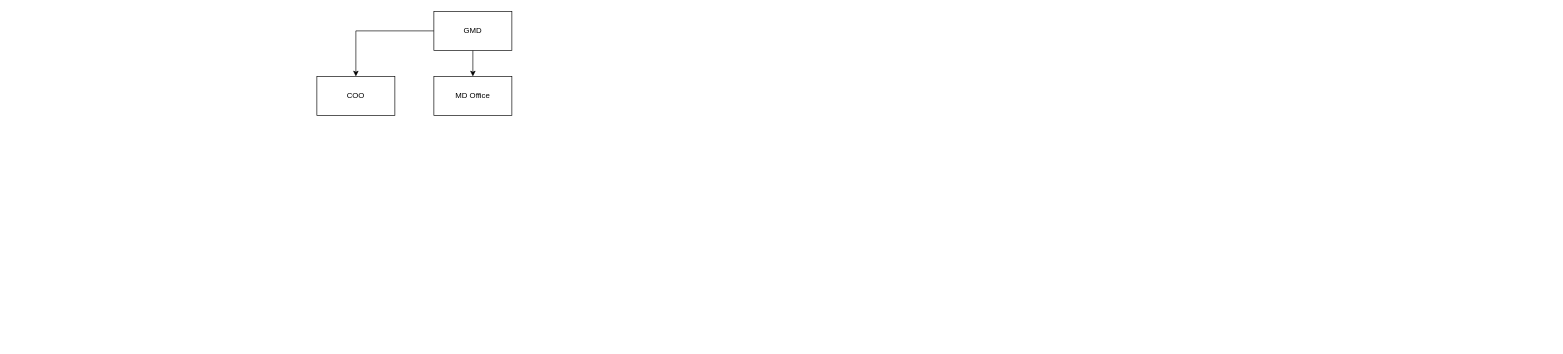
This is overall diagram-pelikos.drawio from apathre/ANRML_org_charts, a draw.io file, before an edit. Source tidied: cells renumbered, new cells numbered last; positions are measured from the earlier drawing's top-left corner, leaving out a move shared by most shapes. Both pictures are drawn from the tidied source at 65%, with x=0, y=0 at pixel (317, 11).
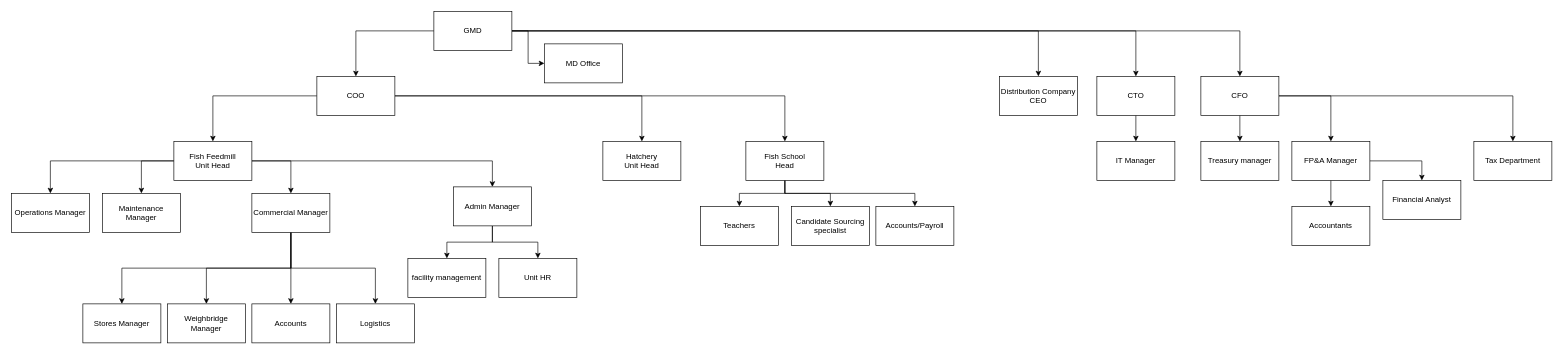
Above is the later version.

The change refers to these unchanged cells:
```xml
<mxCell id="4" value="GMD" style="rounded=0;whiteSpace=wrap;html=1;" parent="1" vertex="1">
  <mxGeometry x="180" width="120" height="60" as="geometry" />
</mxCell>
<mxCell id="5" value="COO" style="rounded=0;whiteSpace=wrap;html=1;" parent="1" vertex="1">
  <mxGeometry y="100" width="120" height="60" as="geometry" />
</mxCell>
```

Change to the diagram source:
```diff
@@
+    <mxCell id="7" style="edgeStyle=orthogonalEdgeStyle;rounded=0;jettySize=auto;html=1;exitX=1;exitY=0.5;exitDx=0;exitDy=0;" parent="1" edge="1" source="4" target="39">
+      <mxGeometry relative="1" as="geometry" />
+    </mxCell>
+    <mxCell id="8" style="edgeStyle=orthogonalEdgeStyle;rounded=0;jettySize=auto;html=1;exitX=1;exitY=0.5;exitDx=0;exitDy=0;entryX=0.5;entryY=0;entryDx=0;entryDy=0;" parent="1" edge="1" source="4" target="41">
+      <mxGeometry relative="1" as="geometry" />
+    </mxCell>
+    <mxCell id="9" style="edgeStyle=orthogonalEdgeStyle;rounded=0;jettySize=auto;html=1;exitX=1;exitY=0.5;exitDx=0;exitDy=0;entryX=0.5;entryY=0;entryDx=0;entryDy=0;" parent="1" edge="1" source="4" target="45">
+      <mxGeometry relative="1" as="geometry" />
+    </mxCell>
@@
+    <mxCell id="10" style="edgeStyle=orthogonalEdgeStyle;rounded=0;jettySize=auto;html=1;" parent="1" edge="1" source="5" target="17">
+      <mxGeometry relative="1" as="geometry" />
+    </mxCell>
+    <mxCell id="11" style="edgeStyle=orthogonalEdgeStyle;rounded=0;jettySize=auto;html=1;" parent="1" edge="1" source="5" target="34">
+      <mxGeometry relative="1" as="geometry" />
+    </mxCell>
+    <mxCell id="12" style="edgeStyle=orthogonalEdgeStyle;rounded=0;jettySize=auto;html=1;exitX=1;exitY=0.5;exitDx=0;exitDy=0;" parent="1" edge="1" source="5" target="38">
+      <mxGeometry relative="1" as="geometry" />
+    </mxCell>
@@
     <mxCell id="6" value="MD Office" style="rounded=0;whiteSpace=wrap;html=1;" parent="1" vertex="1">
-      <mxGeometry x="180" y="100" width="120" height="60" as="geometry" />
+      <mxGeometry x="350" y="50" width="120" height="60" as="geometry" />
     </mxCell>
+    <mxCell id="13" style="edgeStyle=orthogonalEdgeStyle;rounded=0;jettySize=auto;html=1;" parent="1" edge="1" source="17" target="18">
+      <mxGeometry relative="1" as="geometry" />
+    </mxCell>
+    <mxCell id="14" style="edgeStyle=orthogonalEdgeStyle;rounded=0;jettySize=auto;html=1;exitX=1;exitY=0.5;exitDx=0;exitDy=0;entryX=0.5;entryY=0;entryDx=0;entryDy=0;" parent="1" edge="1" source="17" target="27">
+      <mxGeometry relative="1" as="geometry" />
+    </mxCell>
+    <mxCell id="15" style="edgeStyle=orthogonalEdgeStyle;rounded=0;jettySize=auto;html=1;exitX=0;exitY=0.5;exitDx=0;exitDy=0;" parent="1" edge="1" source="17" target="24">
+      <mxGeometry relative="1" as="geometry" />
+    </mxCell>
+    <mxCell id="16" style="edgeStyle=orthogonalEdgeStyle;rounded=0;jettySize=auto;html=1;exitX=1;exitY=0.5;exitDx=0;exitDy=0;" parent="1" edge="1" source="17" target="23">
+      <mxGeometry relative="1" as="geometry" />
+    </mxCell>
+    <mxCell id="17" value="Fish Feedmill&lt;br&gt;Unit Head" style="rounded=0;whiteSpace=wrap;html=1;" parent="1" vertex="1">
+      <mxGeometry x="-220" y="200" width="120" height="60" as="geometry" />
+    </mxCell>
+    <mxCell id="18" value="Operations Manager" style="whiteSpace=wrap;html=1;rounded=0;" parent="1" vertex="1">
+      <mxGeometry x="-470" y="280" width="120" height="60" as="geometry" />
+    </mxCell>
+    <mxCell id="19" style="edgeStyle=orthogonalEdgeStyle;rounded=0;jettySize=auto;html=1;" parent="1" edge="1" source="23" target="30">
+      <mxGeometry relative="1" as="geometry" />
+    </mxCell>
+    <mxCell id="20" style="edgeStyle=orthogonalEdgeStyle;rounded=0;jettySize=auto;html=1;exitX=0.5;exitY=1;exitDx=0;exitDy=0;entryX=0.5;entryY=0;entryDx=0;entryDy=0;" parent="1" edge="1" source="23" target="32">
+      <mxGeometry relative="1" as="geometry" />
+    </mxCell>
+    <mxCell id="21" style="edgeStyle=orthogonalEdgeStyle;rounded=0;jettySize=auto;html=1;exitX=0.5;exitY=1;exitDx=0;exitDy=0;entryX=0.5;entryY=0;entryDx=0;entryDy=0;" parent="1" edge="1" source="23" target="31">
+      <mxGeometry relative="1" as="geometry" />
+    </mxCell>
+    <mxCell id="22" style="edgeStyle=orthogonalEdgeStyle;rounded=0;jettySize=auto;html=1;exitX=0.5;exitY=1;exitDx=0;exitDy=0;entryX=0.5;entryY=0;entryDx=0;entryDy=0;" parent="1" edge="1" source="23" target="33">
+      <mxGeometry relative="1" as="geometry" />
+    </mxCell>
+    <mxCell id="23" value="Commercial Manager" style="whiteSpace=wrap;html=1;rounded=0;" parent="1" vertex="1">
+      <mxGeometry x="-100" y="280" width="120" height="60" as="geometry" />
+    </mxCell>
+    <mxCell id="24" value="Maintenance Manager" style="whiteSpace=wrap;html=1;rounded=0;" parent="1" vertex="1">
+      <mxGeometry x="-330" y="280" width="120" height="60" as="geometry" />
+    </mxCell>
+    <mxCell id="25" style="edgeStyle=orthogonalEdgeStyle;rounded=0;jettySize=auto;html=1;" parent="1" edge="1" source="27" target="28">
+      <mxGeometry relative="1" as="geometry" />
+    </mxCell>
+    <mxCell id="26" style="edgeStyle=orthogonalEdgeStyle;rounded=0;jettySize=auto;html=1;exitX=0.5;exitY=1;exitDx=0;exitDy=0;entryX=0.5;entryY=0;entryDx=0;entryDy=0;" parent="1" edge="1" source="27" target="29">
+      <mxGeometry relative="1" as="geometry" />
+    </mxCell>
+    <mxCell id="27" value="Admin Manager" style="whiteSpace=wrap;html=1;rounded=0;" parent="1" vertex="1">
+      <mxGeometry x="210" y="270" width="120" height="60" as="geometry" />
+    </mxCell>
+    <mxCell id="28" value="facility management" style="whiteSpace=wrap;html=1;rounded=0;" parent="1" vertex="1">
+      <mxGeometry x="140" y="380" width="120" height="60" as="geometry" />
+    </mxCell>
+    <mxCell id="29" value="Unit HR" style="whiteSpace=wrap;html=1;rounded=0;" parent="1" vertex="1">
+      <mxGeometry x="280" y="380" width="120" height="60" as="geometry" />
+    </mxCell>
+    <mxCell id="30" value="Accounts" style="whiteSpace=wrap;html=1;rounded=0;" parent="1" vertex="1">
+      <mxGeometry x="-100" y="450" width="120" height="60" as="geometry" />
+    </mxCell>
+    <mxCell id="31" value="Logistics" style="rounded=0;whiteSpace=wrap;html=1;" parent="1" vertex="1">
+      <mxGeometry x="30" y="450" width="120" height="60" as="geometry" />
+    </mxCell>
+    <mxCell id="32" value="Weighbridge&lt;br&gt;Manager" style="rounded=0;whiteSpace=wrap;html=1;" parent="1" vertex="1">
+      <mxGeometry x="-230" y="450" width="120" height="60" as="geometry" />
+    </mxCell>
+    <mxCell id="33" value="Stores Manager" style="rounded=0;whiteSpace=wrap;html=1;" parent="1" vertex="1">
+      <mxGeometry x="-360" y="450" width="120" height="60" as="geometry" />
+    </mxCell>
+    <mxCell id="34" value="Hatchery&lt;br&gt;Unit Head" style="whiteSpace=wrap;html=1;rounded=0;" parent="1" vertex="1">
+      <mxGeometry x="440" y="200" width="120" height="60" as="geometry" />
+    </mxCell>
+    <mxCell id="35" style="edgeStyle=orthogonalEdgeStyle;rounded=0;jettySize=auto;html=1;" parent="1" edge="1" source="38" target="54">
+      <mxGeometry relative="1" as="geometry" />
+    </mxCell>
+    <mxCell id="36" style="edgeStyle=orthogonalEdgeStyle;rounded=0;jettySize=auto;html=1;exitX=0.5;exitY=1;exitDx=0;exitDy=0;entryX=0.5;entryY=0;entryDx=0;entryDy=0;" parent="1" edge="1" source="38" target="55">
+      <mxGeometry relative="1" as="geometry" />
+    </mxCell>
+    <mxCell id="37" style="edgeStyle=orthogonalEdgeStyle;rounded=0;jettySize=auto;html=1;exitX=0.5;exitY=1;exitDx=0;exitDy=0;" parent="1" edge="1" source="38" target="56">
+      <mxGeometry relative="1" as="geometry" />
+    </mxCell>
+    <mxCell id="38" value="Fish School&lt;br&gt;Head" style="rounded=0;whiteSpace=wrap;html=1;" parent="1" vertex="1">
+      <mxGeometry x="660" y="200" width="120" height="60" as="geometry" />
+    </mxCell>
+    <mxCell id="39" value="Distribution Company&lt;br&gt;CEO" style="rounded=0;whiteSpace=wrap;html=1;" parent="1" vertex="1">
+      <mxGeometry x="1050" y="100" width="120" height="60" as="geometry" />
+    </mxCell>
+    <mxCell id="40" style="edgeStyle=orthogonalEdgeStyle;rounded=0;jettySize=auto;html=1;exitX=0.5;exitY=1;exitDx=0;exitDy=0;entryX=0.5;entryY=0;entryDx=0;entryDy=0;" parent="1" edge="1" source="41" target="52">
+      <mxGeometry relative="1" as="geometry" />
+    </mxCell>
+    <mxCell id="41" value="CTO" style="rounded=0;whiteSpace=wrap;html=1;" parent="1" vertex="1">
+      <mxGeometry x="1200" y="100" width="120" height="60" as="geometry" />
+    </mxCell>
+    <mxCell id="42" style="edgeStyle=orthogonalEdgeStyle;rounded=0;jettySize=auto;html=1;" parent="1" edge="1" source="45" target="46">
+      <mxGeometry relative="1" as="geometry" />
+    </mxCell>
+    <mxCell id="43" style="edgeStyle=orthogonalEdgeStyle;rounded=0;jettySize=auto;html=1;" parent="1" edge="1" source="45" target="49">
+      <mxGeometry relative="1" as="geometry" />
+    </mxCell>
+    <mxCell id="44" style="edgeStyle=orthogonalEdgeStyle;rounded=0;jettySize=auto;html=1;exitX=1;exitY=0.5;exitDx=0;exitDy=0;entryX=0.5;entryY=0;entryDx=0;entryDy=0;" parent="1" edge="1" source="45" target="53">
+      <mxGeometry relative="1" as="geometry" />
+    </mxCell>
+    <mxCell id="45" value="CFO" style="rounded=0;whiteSpace=wrap;html=1;" parent="1" vertex="1">
+      <mxGeometry x="1360" y="100" width="120" height="60" as="geometry" />
+    </mxCell>
+    <mxCell id="46" value="Treasury manager" style="whiteSpace=wrap;html=1;rounded=0;" parent="1" vertex="1">
+      <mxGeometry x="1360" y="200" width="120" height="60" as="geometry" />
+    </mxCell>
+    <mxCell id="47" style="edgeStyle=orthogonalEdgeStyle;rounded=0;jettySize=auto;html=1;" parent="1" edge="1" source="49" target="51">
+      <mxGeometry relative="1" as="geometry" />
+    </mxCell>
+    <mxCell id="48" style="edgeStyle=orthogonalEdgeStyle;rounded=0;jettySize=auto;html=1;exitX=1;exitY=0.5;exitDx=0;exitDy=0;entryX=0.5;entryY=0;entryDx=0;entryDy=0;" parent="1" edge="1" source="49" target="50">
+      <mxGeometry relative="1" as="geometry" />
+    </mxCell>
+    <mxCell id="49" value="FP&amp;amp;A Manager" style="whiteSpace=wrap;html=1;rounded=0;" parent="1" vertex="1">
+      <mxGeometry x="1500" y="200" width="120" height="60" as="geometry" />
+    </mxCell>
+    <mxCell id="50" value="Financial Analyst" style="rounded=0;whiteSpace=wrap;html=1;" parent="1" vertex="1">
+      <mxGeometry x="1640" y="260" width="120" height="60" as="geometry" />
+    </mxCell>
+    <mxCell id="51" value="Accountants" style="whiteSpace=wrap;html=1;rounded=0;" parent="1" vertex="1">
+      <mxGeometry x="1500" y="300" width="120" height="60" as="geometry" />
+    </mxCell>
+    <mxCell id="52" value="IT Manager" style="rounded=0;whiteSpace=wrap;html=1;" parent="1" vertex="1">
+      <mxGeometry x="1200" y="200" width="120" height="60" as="geometry" />
+    </mxCell>
+    <mxCell id="53" value="Tax Department" style="rounded=0;whiteSpace=wrap;html=1;" parent="1" vertex="1">
+      <mxGeometry x="1780" y="200" width="120" height="60" as="geometry" />
+    </mxCell>
+    <mxCell id="54" value="Teachers" style="rounded=0;whiteSpace=wrap;html=1;" parent="1" vertex="1">
+      <mxGeometry x="590" y="300" width="120" height="60" as="geometry" />
+    </mxCell>
+    <mxCell id="55" value="Candidate Sourcing specialist" style="rounded=0;whiteSpace=wrap;html=1;" parent="1" vertex="1">
+      <mxGeometry x="730" y="300" width="120" height="60" as="geometry" />
+    </mxCell>
+    <mxCell id="56" value="Accounts/Payroll" style="rounded=0;whiteSpace=wrap;html=1;" parent="1" vertex="1">
+      <mxGeometry x="860" y="300" width="120" height="60" as="geometry" />
+    </mxCell>
```
